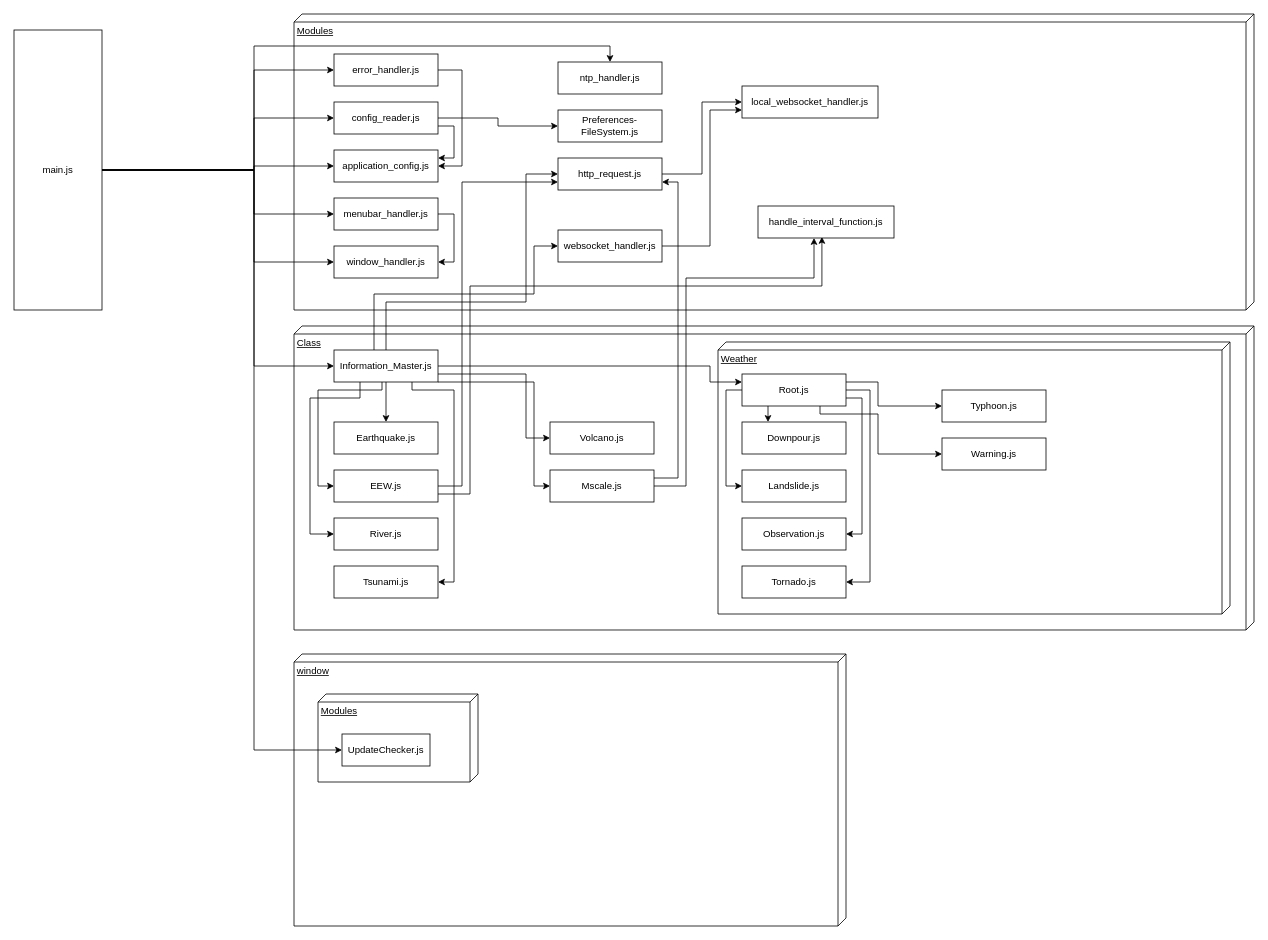
Earlier version of the draw.io diagram 依存関係.drawio (md-ndv356/ndv-ticker-app). Source tidied: cells renumbered, new cells numbered last; positions are measured from the earlier drawing's top-left corner, leaving out a move shared by most shapes. Both pictures are drawn from the tidied source at 80%, with x=0, y=0 at pixel (14, 14).
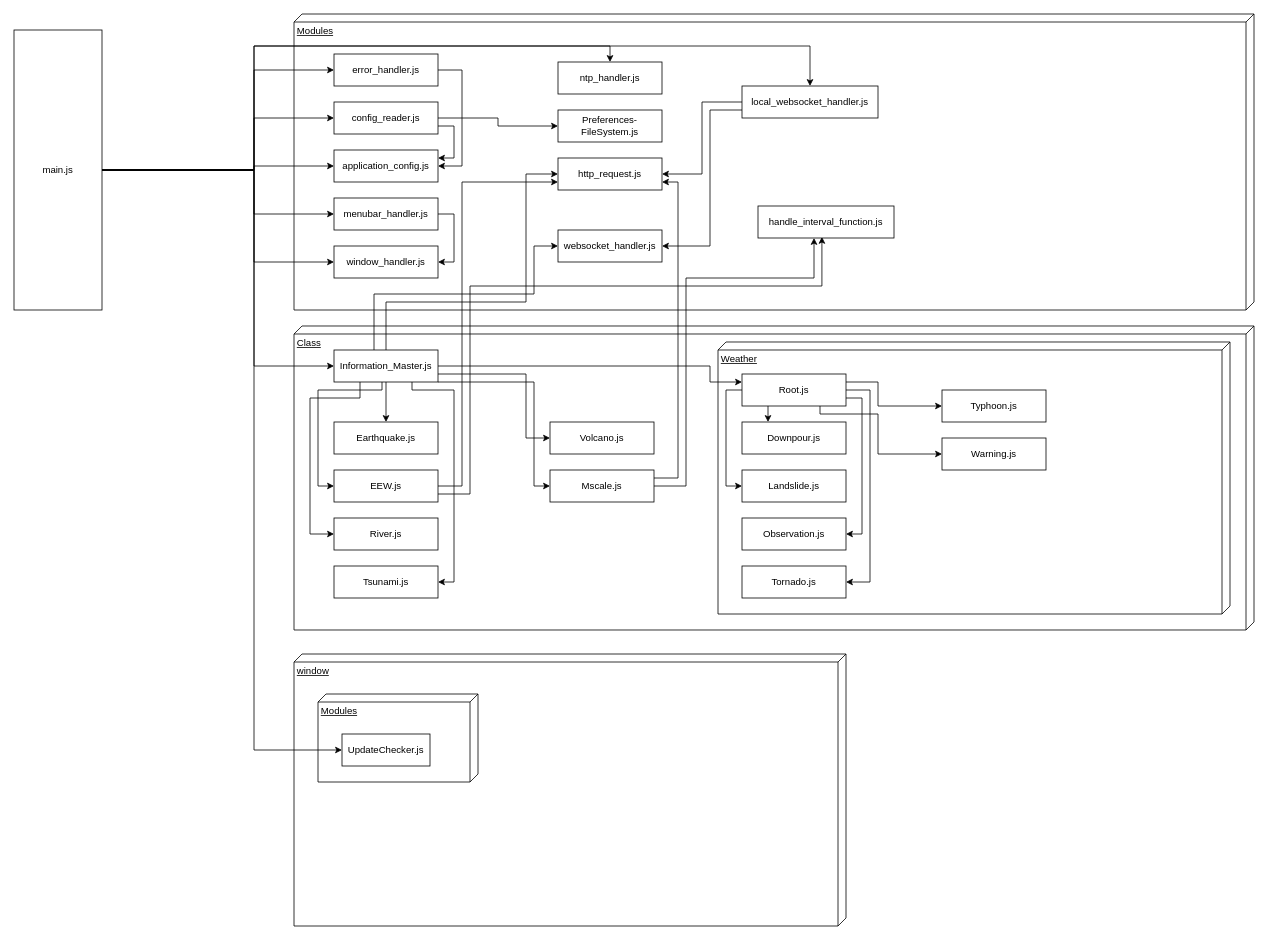
The same page after the edit.

Commit message:
依存関係.drawio を更新します

Unchanged cells that the change refers to:
```xml
<mxCell id="14" value="main.js" style="html=1;whiteSpace=wrap;" parent="1" vertex="1">
  <mxGeometry y="20" width="110" height="350" as="geometry" />
</mxCell>
<mxCell id="39" value="http_request.js" style="html=1;whiteSpace=wrap;" parent="1" vertex="1">
  <mxGeometry x="680" y="180" width="130" height="40" as="geometry" />
</mxCell>
<mxCell id="41" value="websocket_handler.js" style="html=1;whiteSpace=wrap;" parent="1" vertex="1">
  <mxGeometry x="680" y="270" width="130" height="40" as="geometry" />
</mxCell>
<mxCell id="49" value="local_websocket_handler.js" style="html=1;whiteSpace=wrap;" parent="1" vertex="1">
  <mxGeometry x="910" y="90" width="170" height="40" as="geometry" />
</mxCell>
```

The edit, as a diff of the source:
```diff
@@
+    <mxCell id="67" style="edgeStyle=orthogonalEdgeStyle;rounded=0;jettySize=auto;html=1;entryX=0.5;entryY=0;entryDx=0;entryDy=0;" parent="1" edge="1" source="14" target="49">
+      <mxGeometry relative="1" as="geometry">
+        <Array as="points">
+          <mxPoint x="300" y="195" />
+          <mxPoint x="300" y="40" />
+          <mxPoint x="995" y="40" />
+        </Array>
+      </mxGeometry>
+    </mxCell>
@@
-    <mxCell id="38" style="edgeStyle=orthogonalEdgeStyle;rounded=0;jettySize=auto;html=1;exitX=1;exitY=0.5;exitDx=0;exitDy=0;entryX=0;entryY=0.5;entryDx=0;entryDy=0;" parent="1" edge="1" source="39" target="49">
+    <mxCell id="38" style="edgeStyle=orthogonalEdgeStyle;rounded=0;jettySize=auto;html=1;exitX=0;exitY=0.5;exitDx=0;exitDy=0;entryX=1;entryY=0.5;entryDx=0;entryDy=0;" parent="1" edge="1" source="49" target="39">
       <mxGeometry relative="1" as="geometry" />
     </mxCell>
@@
-    <mxCell id="40" style="edgeStyle=orthogonalEdgeStyle;rounded=0;jettySize=auto;html=1;exitX=1;exitY=0.5;exitDx=0;exitDy=0;entryX=0;entryY=0.75;entryDx=0;entryDy=0;" parent="1" edge="1" source="41" target="49">
+    <mxCell id="40" style="edgeStyle=orthogonalEdgeStyle;rounded=0;jettySize=auto;html=1;exitX=0;exitY=0.75;exitDx=0;exitDy=0;entryX=1;entryY=0.5;entryDx=0;entryDy=0;" parent="1" edge="1" source="49" target="41">
       <mxGeometry relative="1" as="geometry">
         <Array as="points">
+          <mxPoint x="870" y="120" />
           <mxPoint x="870" y="290" />
-          <mxPoint x="870" y="120" />
         </Array>
       </mxGeometry>
     </mxCell>
```
